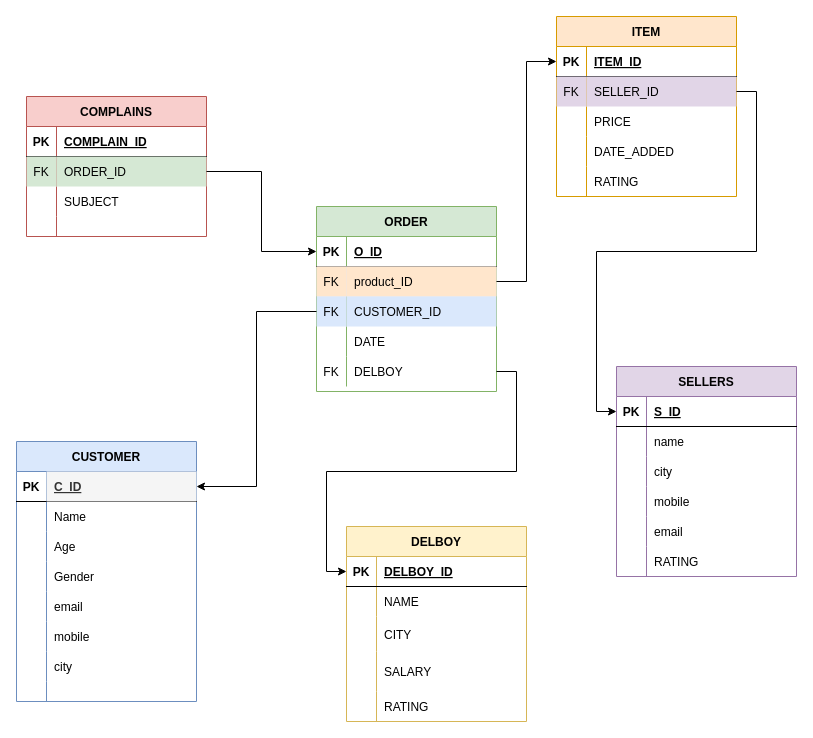
Before: Untitled Diagram.drawio in maasir554/maasir554, a draw.io diagram. Source tidied: cells renumbered, new cells numbered last; positions are measured from the earlier drawing's top-left corner, leaving out a move shared by most shapes. Both pictures are drawn from the tidied source at 100%, with x=0, y=0 at pixel (16, 16).
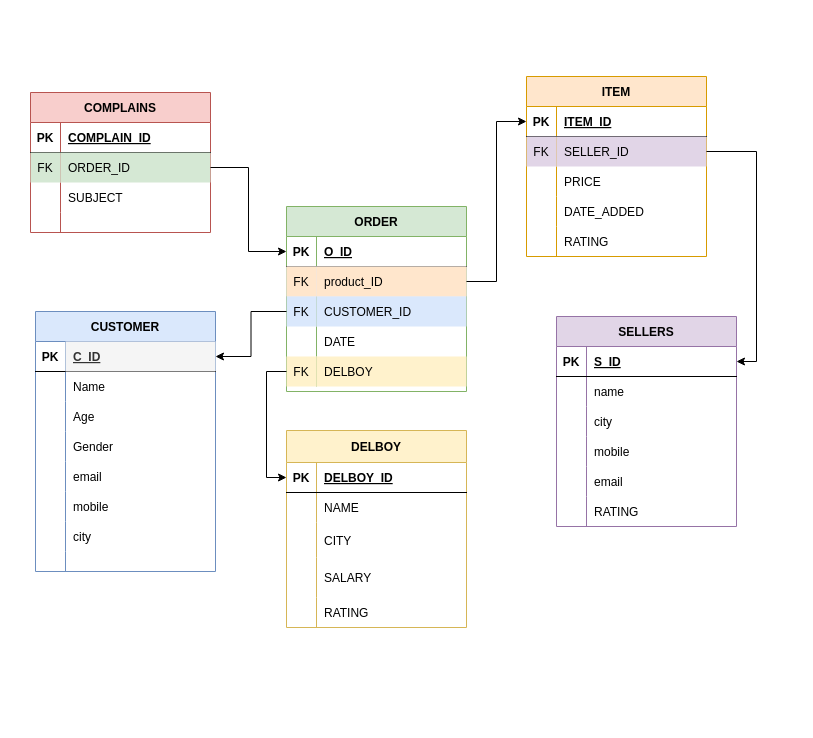
Above is the later version.

Unchanged cells that the change refers to:
```xml
<mxCell id="31" style="shape=tableRow;horizontal=0;startSize=0;swimlaneHead=0;swimlaneBody=0;fillColor=#dae8fc;points=[[0,0.5],[1,0.5]];portConstraint=eastwest;top=0;left=0;right=0;bottom=0;strokeColor=#6c8ebf;" parent="27" vertex="1">
  <mxGeometry y="60" width="180" height="30" as="geometry" />
</mxCell>
<mxCell id="40" style="shape=tableRow;horizontal=0;startSize=0;swimlaneHead=0;swimlaneBody=0;fillColor=none;points=[[0,0.5],[1,0.5]];portConstraint=eastwest;top=0;left=0;right=0;bottom=0;" parent="27" vertex="1">
  <mxGeometry y="150" width="180" height="30" as="geometry" />
</mxCell>
<mxCell id="44" style="shape=tableRow;horizontal=0;startSize=0;swimlaneHead=0;swimlaneBody=0;fillColor=none;points=[[0,0.5],[1,0.5]];portConstraint=eastwest;top=0;left=0;right=0;bottom=1;" parent="43" vertex="1">
  <mxGeometry y="30" width="180" height="30" as="geometry" />
</mxCell>
<mxCell id="63" style="shape=tableRow;horizontal=0;startSize=0;swimlaneHead=0;swimlaneBody=0;fillColor=none;points=[[0,0.5],[1,0.5]];portConstraint=eastwest;top=0;left=0;right=0;bottom=1;" parent="62" vertex="1">
  <mxGeometry y="30" width="180" height="30" as="geometry" />
</mxCell>
<mxCell id="66" style="shape=tableRow;horizontal=0;startSize=0;swimlaneHead=0;swimlaneBody=0;fillColor=none;points=[[0,0.5],[1,0.5]];portConstraint=eastwest;top=0;left=0;right=0;bottom=0;" parent="62" vertex="1">
  <mxGeometry y="60" width="180" height="30" as="geometry" />
</mxCell>
```

What changed in the source:
```diff
@@
-<mxGraphModel>
+<mxGraphModel background="#FFFFFF">
@@
     <mxCell id="2" value="CUSTOMER" style="shape=table;startSize=30;childLayout=tableLayout;rowLines=0;fontStyle=1;align=center;fillColor=#dae8fc;strokeColor=#6c8ebf;" parent="1" vertex="1">
-      <mxGeometry y="425" width="180" height="260" as="geometry" />
+      <mxGeometry x="19" y="295" width="180" height="260" as="geometry" />
     </mxCell>
@@
     <mxCell id="27" value="ORDER" style="shape=table;startSize=30;childLayout=tableLayout;rowLines=0;fontStyle=1;align=center;fillColor=#d5e8d4;strokeColor=#82b366;" parent="1" vertex="1">
-      <mxGeometry x="300" y="190" width="180" height="185" as="geometry" />
+      <mxGeometry x="270" y="190" width="180" height="185" as="geometry" />
     </mxCell>
@@
-    <mxCell id="41" value="FK" style="shape=partialRectangle;fillColor=none;top=0;left=0;bottom=0;right=0;overflow=hidden;" parent="40" vertex="1">
+    <mxCell id="41" value="FK" style="shape=partialRectangle;fillColor=#fff2cc;top=0;left=0;bottom=0;right=0;overflow=hidden;strokeColor=#d6b656;" parent="40" vertex="1">
       <mxGeometry width="30" height="30" as="geometry" />
     </mxCell>
-    <mxCell id="42" value="DELBOY" style="shape=partialRectangle;fillColor=none;top=0;left=0;bottom=0;right=0;align=left;spacingLeft=6;overflow=hidden;" parent="40" vertex="1">
+    <mxCell id="42" value="DELBOY" style="shape=partialRectangle;fillColor=#fff2cc;top=0;left=0;bottom=0;right=0;align=left;spacingLeft=6;overflow=hidden;strokeColor=#d6b656;" parent="40" vertex="1">
       <mxGeometry x="30" width="150" height="30" as="geometry" />
     </mxCell>
     <mxCell id="43" value="SELLERS" style="shape=table;startSize=30;childLayout=tableLayout;rowLines=0;fontStyle=1;align=center;fillColor=#e1d5e7;strokeColor=#9673a6;" parent="1" vertex="1">
-      <mxGeometry x="600" y="350" width="180" height="210" as="geometry" />
+      <mxGeometry x="540" y="300" width="180" height="210" as="geometry" />
     </mxCell>
@@
     <mxCell id="62" value="ITEM" style="shape=table;startSize=30;childLayout=tableLayout;rowLines=0;fontStyle=1;align=center;fillColor=#ffe6cc;strokeColor=#d79b00;" parent="1" vertex="1">
-      <mxGeometry x="540" width="180" height="180" as="geometry" />
+      <mxGeometry x="510" y="60" width="180" height="180" as="geometry" />
     </mxCell>
@@
-    <mxCell id="80" value="DELBOY" style="shape=table;startSize=30;childLayout=tableLayout;rowLines=0;fontStyle=1;align=center;fillColor=#fff2cc;strokeColor=#d6b656;" parent="1" vertex="1">
-      <mxGeometry x="330" y="510" width="180" height="195" as="geometry" />
+    <mxCell id="80" value="DELBOY" style="shape=table;startSize=32;childLayout=tableLayout;rowLines=0;fontStyle=1;align=center;fillColor=#fff2cc;strokeColor=#d6b656;" parent="1" vertex="1">
+      <mxGeometry x="270" y="414" width="180" height="197" as="geometry" />
     </mxCell>
     <mxCell id="81" style="shape=tableRow;horizontal=0;startSize=0;swimlaneHead=0;swimlaneBody=0;fillColor=none;points=[[0,0.5],[1,0.5]];portConstraint=eastwest;top=0;left=0;right=0;bottom=1;" parent="80" vertex="1">
-      <mxGeometry y="30" width="180" height="30" as="geometry" />
+      <mxGeometry y="32" width="180" height="30" as="geometry" />
     </mxCell>
@@
     <mxCell id="84" style="shape=tableRow;horizontal=0;startSize=0;swimlaneHead=0;swimlaneBody=0;fillColor=none;top=0;left=0;right=0;bottom=0;" parent="80" vertex="1">
-      <mxGeometry y="60" width="180" height="30" as="geometry" />
+      <mxGeometry y="62" width="180" height="30" as="geometry" />
     </mxCell>
@@
     <mxCell id="87" style="shape=tableRow;horizontal=0;startSize=0;swimlaneHead=0;swimlaneBody=0;fillColor=none;top=0;left=0;right=0;bottom=0;" parent="80" vertex="1">
-      <mxGeometry y="90" width="180" height="35" as="geometry" />
+      <mxGeometry y="92" width="180" height="35" as="geometry" />
     </mxCell>
@@
     <mxCell id="90" style="shape=tableRow;horizontal=0;startSize=0;swimlaneHead=0;swimlaneBody=0;fillColor=none;top=0;left=0;right=0;bottom=0;" parent="80" vertex="1">
-      <mxGeometry y="125" width="180" height="40" as="geometry" />
+      <mxGeometry y="127" width="180" height="40" as="geometry" />
     </mxCell>
@@
     <mxCell id="93" style="shape=tableRow;horizontal=0;startSize=0;swimlaneHead=0;swimlaneBody=0;fillColor=none;top=0;left=0;right=0;bottom=0;" parent="80" vertex="1">
-      <mxGeometry y="165" width="180" height="30" as="geometry" />
+      <mxGeometry y="167" width="180" height="30" as="geometry" />
     </mxCell>
@@
     <mxCell id="96" value="COMPLAINS" style="shape=table;startSize=30;childLayout=tableLayout;rowLines=0;fontStyle=1;align=center;fillColor=#f8cecc;strokeColor=#b85450;" parent="1" vertex="1">
-      <mxGeometry x="10" y="80" width="180" height="140" as="geometry" />
+      <mxGeometry x="14" y="76" width="180" height="140" as="geometry" />
     </mxCell>
@@
-    <mxCell id="109" style="edgeStyle=orthogonalEdgeStyle;rounded=0;jettySize=auto;html=1;entryX=0;entryY=0.5;entryDx=0;entryDy=0;" parent="1" edge="1" source="66" target="44">
-      <mxGeometry relative="1" as="geometry" />
-    </mxCell>
@@
+    <mxCell id="109" style="edgeStyle=orthogonalEdgeStyle;rounded=0;jettySize=auto;html=1;entryX=1;entryY=0.5;entryDx=0;entryDy=0;" parent="1" edge="1" source="66" target="44">
+      <mxGeometry relative="1" as="geometry" />
+    </mxCell>
+    <mxCell id="113" style="edgeStyle=orthogonalEdgeStyle;rounded=0;jettySize=auto;html=1;exitX=1;exitY=0.5;exitDx=0;exitDy=0;entryX=0;entryY=0.5;entryDx=0;entryDy=0;" parent="1" edge="1" source="31" target="63">
+      <mxGeometry relative="1" as="geometry" />
+    </mxCell>
-    <mxCell id="112" style="edgeStyle=orthogonalEdgeStyle;rounded=0;jettySize=auto;html=1;entryX=0;entryY=0.5;entryDx=0;entryDy=0;" parent="1" edge="1" source="40" target="81">
+    <mxCell id="112" style="edgeStyle=orthogonalEdgeStyle;rounded=0;jettySize=auto;html=1;exitX=0;exitY=0.5;exitDx=0;exitDy=0;entryX=0;entryY=0.5;entryDx=0;entryDy=0;" parent="1" edge="1" source="40" target="81">
       <mxGeometry relative="1" as="geometry" />
     </mxCell>
-    <mxCell id="113" style="edgeStyle=orthogonalEdgeStyle;rounded=0;jettySize=auto;html=1;exitX=1;exitY=0.5;exitDx=0;exitDy=0;entryX=0;entryY=0.5;entryDx=0;entryDy=0;" parent="1" edge="1" source="31" target="63">
-      <mxGeometry relative="1" as="geometry" />
-    </mxCell>
```
